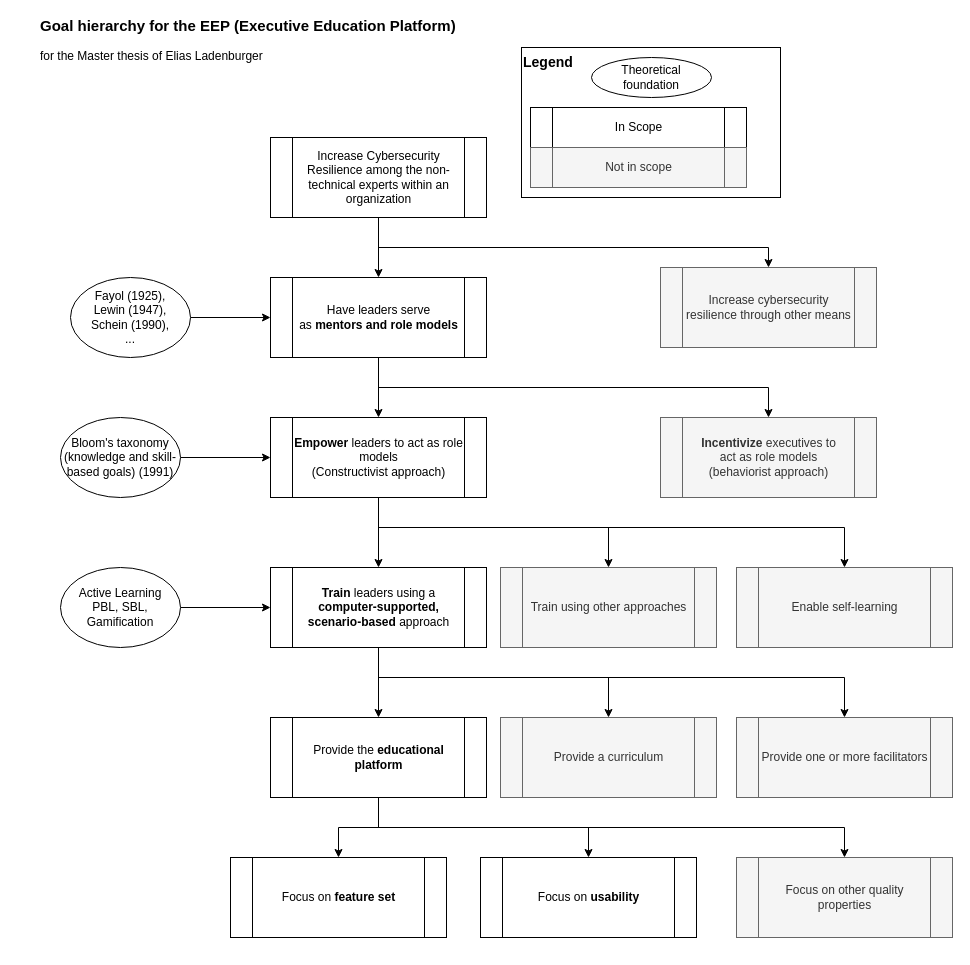
Elias-Ladenburger/CSEP keeps this draw.io diagram as artefacts/diagrams/editable_files/Goal hierarchy EEP.drawio. Above is the earlier version. Source tidied: cells renumbered, new cells numbered last; positions are measured from the earlier drawing's top-left corner, leaving out a move shared by most shapes. Both pictures are drawn from the tidied source at 100%, with x=0, y=0 at pixel (35, 27).
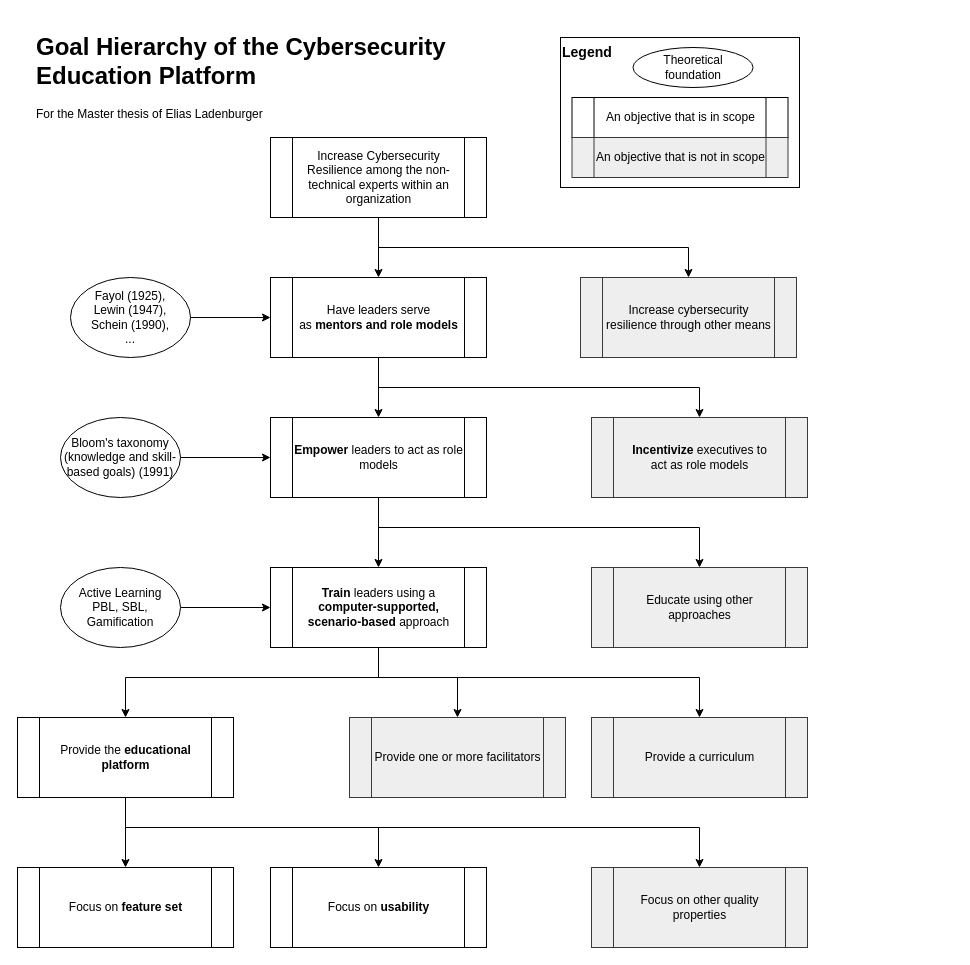
The same diagram, later.

Commit message (it also covers changes not shown here):
Refine goal hierarchy

The change refers to these unchanged cells:
```xml
<mxCell id="5" value="Increase Cybersecurity Resilience among the non-technical experts within an organization" style="shape=process;whiteSpace=wrap;html=1;backgroundOutline=1;" parent="1" vertex="1">
  <mxGeometry x="235" y="110" width="216" height="80" as="geometry" />
</mxCell>
<mxCell id="8" value="Have leaders serve &lt;br&gt;as &lt;b&gt;mentors and role models&lt;/b&gt;" style="shape=process;whiteSpace=wrap;html=1;backgroundOutline=1;" parent="1" vertex="1">
  <mxGeometry x="235" y="250" width="216" height="80" as="geometry" />
</mxCell>
<mxCell id="25" value="&lt;b&gt;Train &lt;/b&gt;leaders using a &lt;b&gt;computer-supported, scenario-based &lt;/b&gt;approach" style="shape=process;whiteSpace=wrap;html=1;backgroundOutline=1;" parent="1" vertex="1">
  <mxGeometry x="235" y="540" width="216" height="80" as="geometry" />
</mxCell>
```

What changed in the source:
```diff
@@
-    <mxCell id="2" value="&lt;div style=&quot;font-size: 14px&quot; align=&quot;left&quot;&gt;&lt;font style=&quot;font-size: 14px&quot;&gt;&lt;b&gt;Legend&lt;/b&gt;&lt;/font&gt;&lt;/div&gt;" style="rounded=0;whiteSpace=wrap;html=1;fillColor=none;align=left;verticalAlign=top;" parent="1" vertex="1">
-      <mxGeometry x="486" y="20" width="259" height="150" as="geometry" />
-    </mxCell>
     <mxCell id="3" style="edgeStyle=orthogonalEdgeStyle;rounded=0;jettySize=auto;html=1;entryX=0.5;entryY=0;entryDx=0;entryDy=0;" parent="1" edge="1" source="5" target="9">
       <mxGeometry relative="1" as="geometry">
         <Array as="points">
           <mxPoint x="343" y="220" />
-          <mxPoint x="733" y="220" />
+          <mxPoint x="653" y="220" />
         </Array>
       </mxGeometry>
     </mxCell>
@@
-    <mxCell id="7" style="edgeStyle=orthogonalEdgeStyle;rounded=0;jettySize=auto;html=1;" parent="1" edge="1" source="8" target="16">
+    <mxCell id="7" style="edgeStyle=orthogonalEdgeStyle;rounded=0;jettySize=auto;html=1;entryX=0.5;entryY=0;entryDx=0;entryDy=0;" parent="1" edge="1" source="8" target="16">
       <mxGeometry relative="1" as="geometry">
         <Array as="points">
           <mxPoint x="343" y="360" />
-          <mxPoint x="733" y="360" />
+          <mxPoint x="664" y="360" />
         </Array>
       </mxGeometry>
     </mxCell>
@@
-    <mxCell id="9" value="Increase cybersecurity resilience through other means" style="shape=process;whiteSpace=wrap;html=1;backgroundOutline=1;fillColor=#f5f5f5;strokeColor=#666666;fontColor=#333333;" parent="1" vertex="1">
-      <mxGeometry x="625" y="240" width="216" height="80" as="geometry" />
+    <mxCell id="9" value="Increase cybersecurity resilience through other means" style="shape=process;whiteSpace=wrap;html=1;backgroundOutline=1;fillColor=#eeeeee;strokeColor=#36393d;" parent="1" vertex="1">
+      <mxGeometry x="545" y="250" width="216" height="80" as="geometry" />
     </mxCell>
-    <mxCell id="10" value="In Scope" style="shape=process;whiteSpace=wrap;html=1;backgroundOutline=1;" parent="1" vertex="1">
-      <mxGeometry x="495" y="80" width="216" height="40" as="geometry" />
-    </mxCell>
-    <mxCell id="11" value="Not in scope" style="shape=process;whiteSpace=wrap;html=1;backgroundOutline=1;fillColor=#f5f5f5;strokeColor=#666666;fontColor=#333333;" parent="1" vertex="1">
-      <mxGeometry x="495" y="120" width="216" height="40" as="geometry" />
-    </mxCell>
-    <mxCell id="12" style="edgeStyle=orthogonalEdgeStyle;rounded=0;jettySize=auto;html=1;entryX=0.5;entryY=0;entryDx=0;entryDy=0;" parent="1" edge="1" source="15" target="26">
-      <mxGeometry relative="1" as="geometry">
-        <Array as="points">
-          <mxPoint x="343" y="500" />
-          <mxPoint x="809" y="500" />
-        </Array>
-      </mxGeometry>
-    </mxCell>
@@
     <mxCell id="14" style="edgeStyle=orthogonalEdgeStyle;rounded=0;jettySize=auto;html=1;entryX=0.5;entryY=0;entryDx=0;entryDy=0;" parent="1" edge="1" source="15" target="31">
       <mxGeometry relative="1" as="geometry">
         <Array as="points">
           <mxPoint x="343" y="500" />
-          <mxPoint x="573" y="500" />
+          <mxPoint x="664" y="500" />
         </Array>
       </mxGeometry>
     </mxCell>
-    <mxCell id="15" value="&lt;b&gt;Empower&lt;/b&gt; leaders to act as role models&lt;br&gt;(Constructivist approach)" style="shape=process;whiteSpace=wrap;html=1;backgroundOutline=1;" parent="1" vertex="1">
+    <mxCell id="15" value="&lt;b&gt;Empower&lt;/b&gt; leaders to act as role models" style="shape=process;whiteSpace=wrap;html=1;backgroundOutline=1;" parent="1" vertex="1">
       <mxGeometry x="235" y="390" width="216" height="80" as="geometry" />
     </mxCell>
-    <mxCell id="16" value="&lt;b&gt;Incentivize &lt;/b&gt;executives to &lt;br&gt;act as role models &lt;br&gt;(behaviorist approach)" style="shape=process;whiteSpace=wrap;html=1;backgroundOutline=1;fillColor=#f5f5f5;strokeColor=#666666;fontColor=#333333;" parent="1" vertex="1">
-      <mxGeometry x="625" y="390" width="216" height="80" as="geometry" />
+    <mxCell id="16" value="&lt;b&gt;Incentivize &lt;/b&gt;executives to &lt;br&gt;act as role models " style="shape=process;whiteSpace=wrap;html=1;backgroundOutline=1;fillColor=#eeeeee;strokeColor=#36393d;" parent="1" vertex="1">
+      <mxGeometry x="556" y="390" width="216" height="80" as="geometry" />
     </mxCell>
@@
-    <mxCell id="19" value="Theoretical foundation" style="ellipse;whiteSpace=wrap;html=1;" parent="1" vertex="1">
-      <mxGeometry x="556" y="30" width="120" height="40" as="geometry" />
-    </mxCell>
@@
     <mxCell id="22" style="edgeStyle=orthogonalEdgeStyle;rounded=0;jettySize=auto;html=1;" parent="1" edge="1" source="25" target="30">
-      <mxGeometry relative="1" as="geometry" />
+      <mxGeometry relative="1" as="geometry">
+        <Array as="points">
+          <mxPoint x="343" y="650" />
+          <mxPoint x="90" y="650" />
+        </Array>
+      </mxGeometry>
     </mxCell>
-    <mxCell id="23" style="edgeStyle=orthogonalEdgeStyle;rounded=0;jettySize=auto;html=1;" parent="1" edge="1" source="25" target="34">
+    <mxCell id="23" style="edgeStyle=orthogonalEdgeStyle;rounded=0;jettySize=auto;html=1;entryX=0.5;entryY=0;entryDx=0;entryDy=0;" parent="1" edge="1" source="25" target="34">
       <mxGeometry relative="1" as="geometry">
         <Array as="points">
           <mxPoint x="343" y="650" />
-          <mxPoint x="573" y="650" />
+          <mxPoint x="664" y="650" />
         </Array>
       </mxGeometry>
     </mxCell>
     <mxCell id="24" style="edgeStyle=orthogonalEdgeStyle;rounded=0;jettySize=auto;html=1;entryX=0.5;entryY=0;entryDx=0;entryDy=0;" parent="1" edge="1" source="25" target="35">
       <mxGeometry relative="1" as="geometry">
         <Array as="points">
           <mxPoint x="343" y="650" />
-          <mxPoint x="809" y="650" />
+          <mxPoint x="422" y="650" />
         </Array>
       </mxGeometry>
     </mxCell>
@@
-    <mxCell id="26" value="Enable self-learning" style="shape=process;whiteSpace=wrap;html=1;backgroundOutline=1;fillColor=#f5f5f5;strokeColor=#666666;fontColor=#333333;" parent="1" vertex="1">
-      <mxGeometry x="701" y="540" width="216" height="80" as="geometry" />
-    </mxCell>
-    <mxCell id="27" style="edgeStyle=orthogonalEdgeStyle;rounded=0;jettySize=auto;html=1;" parent="1" edge="1" source="30" target="36">
-      <mxGeometry relative="1" as="geometry" />
+    <mxCell id="27" style="edgeStyle=orthogonalEdgeStyle;rounded=0;jettySize=auto;html=1;entryX=0.5;entryY=0;entryDx=0;entryDy=0;exitX=0.5;exitY=1;exitDx=0;exitDy=0;" parent="1" edge="1" source="30" target="36">
+      <mxGeometry relative="1" as="geometry">
+        <Array as="points">
+          <mxPoint x="90" y="800" />
+          <mxPoint x="343" y="800" />
+        </Array>
+      </mxGeometry>
     </mxCell>
-    <mxCell id="28" style="edgeStyle=orthogonalEdgeStyle;rounded=0;jettySize=auto;html=1;" parent="1" edge="1" source="30" target="37">
+    <mxCell id="28" style="edgeStyle=orthogonalEdgeStyle;rounded=0;jettySize=auto;html=1;entryX=0.5;entryY=0;entryDx=0;entryDy=0;" parent="1" edge="1" source="30" target="37">
       <mxGeometry relative="1" as="geometry">
         <Array as="points">
-          <mxPoint x="343" y="800" />
-          <mxPoint x="809" y="800" />
+          <mxPoint x="90" y="800" />
+          <mxPoint x="664" y="800" />
         </Array>
       </mxGeometry>
     </mxCell>
     <mxCell id="29" style="edgeStyle=orthogonalEdgeStyle;rounded=0;jettySize=auto;html=1;" parent="1" edge="1" source="30" target="38">
-      <mxGeometry relative="1" as="geometry" />
+      <mxGeometry relative="1" as="geometry">
+        <Array as="points">
+          <mxPoint x="90" y="790" />
+          <mxPoint x="90" y="790" />
+        </Array>
+      </mxGeometry>
     </mxCell>
     <mxCell id="30" value="Provide the &lt;b&gt;educational platform&lt;/b&gt;" style="shape=process;whiteSpace=wrap;html=1;backgroundOutline=1;" parent="1" vertex="1">
-      <mxGeometry x="235" y="690" width="216" height="80" as="geometry" />
+      <mxGeometry x="-18" y="690" width="216" height="80" as="geometry" />
     </mxCell>
-    <mxCell id="31" value="Train using other approaches" style="shape=process;whiteSpace=wrap;html=1;backgroundOutline=1;fillColor=#f5f5f5;strokeColor=#666666;fontColor=#333333;" parent="1" vertex="1">
-      <mxGeometry x="465" y="540" width="216" height="80" as="geometry" />
+    <mxCell id="31" value="Educate using other approaches" style="shape=process;whiteSpace=wrap;html=1;backgroundOutline=1;fillColor=#eeeeee;strokeColor=#36393d;" parent="1" vertex="1">
+      <mxGeometry x="556" y="540" width="216" height="80" as="geometry" />
     </mxCell>
@@
-    <mxCell id="34" value="Provide a curriculum" style="shape=process;whiteSpace=wrap;html=1;backgroundOutline=1;fillColor=#f5f5f5;strokeColor=#666666;fontColor=#333333;" parent="1" vertex="1">
-      <mxGeometry x="465" y="690" width="216" height="80" as="geometry" />
+    <mxCell id="34" value="Provide a curriculum" style="shape=process;whiteSpace=wrap;html=1;backgroundOutline=1;fillColor=#eeeeee;strokeColor=#36393d;" parent="1" vertex="1">
+      <mxGeometry x="556" y="690" width="216" height="80" as="geometry" />
     </mxCell>
-    <mxCell id="35" value="Provide one or more facilitators" style="shape=process;whiteSpace=wrap;html=1;backgroundOutline=1;fillColor=#f5f5f5;strokeColor=#666666;fontColor=#333333;" parent="1" vertex="1">
-      <mxGeometry x="701" y="690" width="216" height="80" as="geometry" />
+    <mxCell id="35" value="Provide one or more facilitators" style="shape=process;whiteSpace=wrap;html=1;backgroundOutline=1;fillColor=#eeeeee;strokeColor=#36393d;" parent="1" vertex="1">
+      <mxGeometry x="314" y="690" width="216" height="80" as="geometry" />
     </mxCell>
     <mxCell id="36" value="Focus on &lt;b&gt;usability&lt;/b&gt;" style="shape=process;whiteSpace=wrap;html=1;backgroundOutline=1;" parent="1" vertex="1">
-      <mxGeometry x="445" y="830" width="216" height="80" as="geometry" />
+      <mxGeometry x="235" y="840" width="216" height="80" as="geometry" />
     </mxCell>
-    <mxCell id="37" value="Focus on other quality properties" style="shape=process;whiteSpace=wrap;html=1;backgroundOutline=1;fillColor=#f5f5f5;strokeColor=#666666;fontColor=#333333;" parent="1" vertex="1">
-      <mxGeometry x="701" y="830" width="216" height="80" as="geometry" />
+    <mxCell id="37" value="Focus on other quality properties" style="shape=process;whiteSpace=wrap;html=1;backgroundOutline=1;fillColor=#eeeeee;strokeColor=#36393d;" parent="1" vertex="1">
+      <mxGeometry x="556" y="840" width="216" height="80" as="geometry" />
     </mxCell>
     <mxCell id="38" value="Focus on &lt;b&gt;feature set&lt;/b&gt;" style="shape=process;whiteSpace=wrap;html=1;backgroundOutline=1;" parent="1" vertex="1">
-      <mxGeometry x="195" y="830" width="216" height="80" as="geometry" />
+      <mxGeometry x="-18" y="840" width="216" height="80" as="geometry" />
     </mxCell>
-    <mxCell id="39" value="&lt;b&gt;&lt;font style=&quot;font-size: 15px&quot;&gt;Goal hierarchy for the EEP (Executive Education Platform)&lt;/font&gt;&lt;/b&gt;&lt;div&gt;&lt;br&gt;&lt;/div&gt;&lt;div&gt;for the Master thesis of Elias Ladenburger&lt;br&gt;&lt;/div&gt;" style="text;html=1;strokeColor=none;fillColor=none;spacing=5;spacingTop=-20;whiteSpace=wrap;overflow=hidden;rounded=0;" parent="1" vertex="1">
-      <mxGeometry width="435" height="60" as="geometry" />
-    </mxCell>
+    <mxCell id="40" value="&lt;h1&gt;Goal Hierarchy of the Cybersecurity Education Platform&lt;br&gt;&lt;/h1&gt;&lt;p&gt;For the Master thesis of Elias Ladenburger&lt;br&gt;&lt;/p&gt;" style="text;html=1;strokeColor=none;fillColor=none;spacing=5;spacingTop=-20;whiteSpace=wrap;overflow=hidden;rounded=0;" parent="1" vertex="1">
+      <mxGeometry x="-4" width="455" height="120" as="geometry" />
+    </mxCell>
+    <mxCell id="41" style="group;" parent="1" vertex="1">
+      <mxGeometry x="525" y="10" width="239" height="150" as="geometry" />
+    </mxCell>
+    <mxCell id="2" value="&lt;div style=&quot;font-size: 14px&quot; align=&quot;left&quot;&gt;&lt;font style=&quot;font-size: 14px&quot;&gt;&lt;b&gt;Legend&lt;/b&gt;&lt;/font&gt;&lt;/div&gt;" style="rounded=0;whiteSpace=wrap;html=1;fillColor=none;align=left;verticalAlign=top;" parent="41" vertex="1">
+      <mxGeometry width="239" height="150" as="geometry" />
+    </mxCell>
+    <mxCell id="10" value="An objective that is in scope" style="shape=process;whiteSpace=wrap;html=1;backgroundOutline=1;" parent="41" vertex="1">
+      <mxGeometry x="11.5" y="60" width="216" height="40" as="geometry" />
+    </mxCell>
+    <mxCell id="11" value="An objective that is not in scope" style="shape=process;whiteSpace=wrap;html=1;backgroundOutline=1;fillColor=#eeeeee;strokeColor=#36393d;" parent="41" vertex="1">
+      <mxGeometry x="11.5" y="100" width="216" height="40" as="geometry" />
+    </mxCell>
+    <mxCell id="19" value="Theoretical foundation" style="ellipse;whiteSpace=wrap;html=1;" parent="41" vertex="1">
+      <mxGeometry x="72.5" y="10" width="120" height="40" as="geometry" />
+    </mxCell>
```
